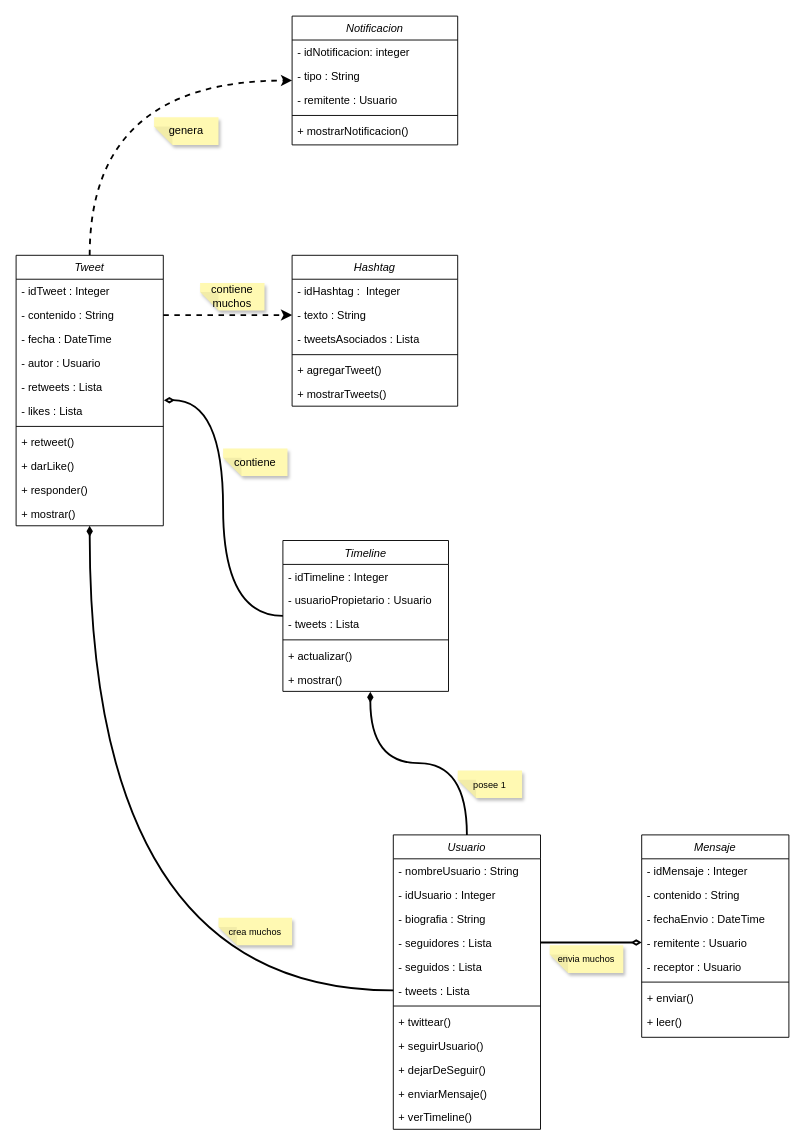
This is Analisis_Twitter/Diagrama sin título.drawio from Zprit3/Diagrams, a draw.io file, before an edit. Source tidied: cells renumbered, new cells numbered last; positions are measured from the earlier drawing's top-left corner, leaving out a move shared by most shapes. Both pictures are drawn from the tidied source at 92%, with x=0, y=0 at pixel (16, 16).
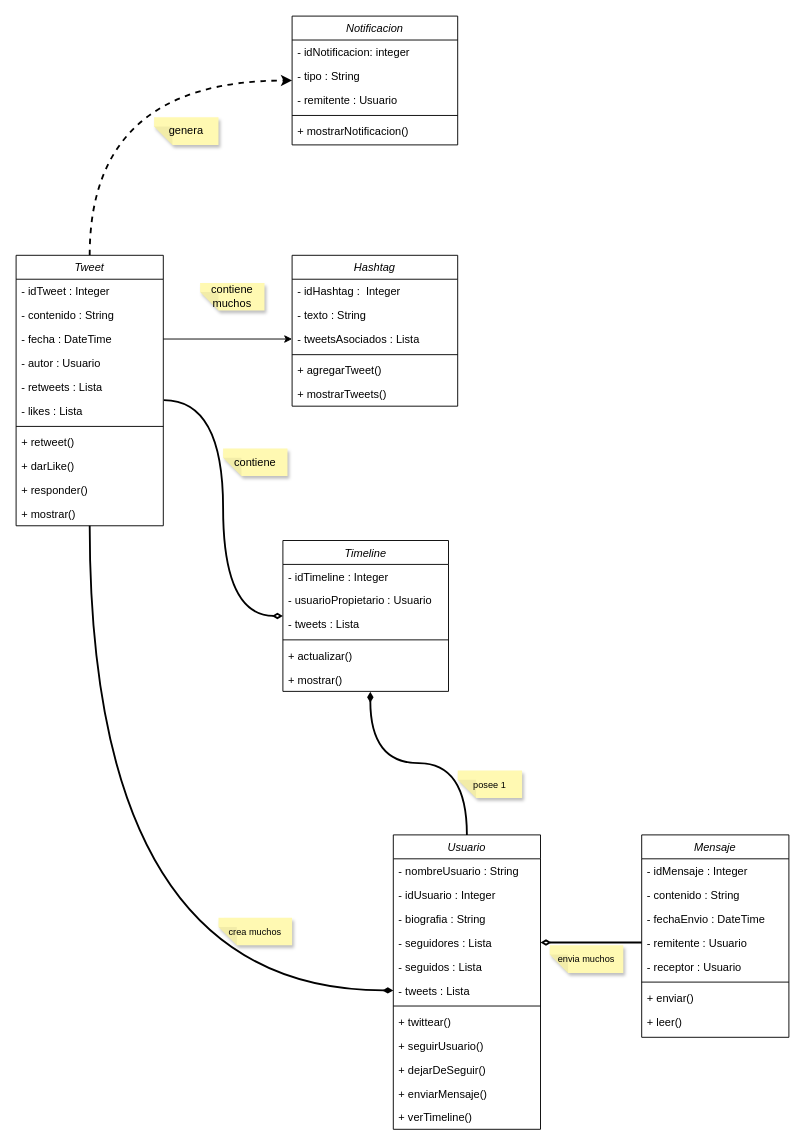
The same diagram, later.

The change refers to these unchanged cells:
```xml
<mxCell id="3" value="Tweet" style="swimlane;fontStyle=2;align=center;verticalAlign=top;horizontal=1;startSize=26;rounded=0;shadow=0;strokeWidth=1;" parent="1" vertex="1">
  <mxGeometry y="260" width="160" height="294" as="geometry" />
</mxCell>
<mxCell id="5" value="- contenido : String" style="text;align=left;verticalAlign=top;spacingLeft=4;spacingRight=4;overflow=hidden;points=[[0,0.5],[1,0.5]];portConstraint=eastwest;rounded=0;shadow=0;html=0;" parent="3" vertex="1">
  <mxGeometry y="52" width="160" height="26" as="geometry" />
</mxCell>
<mxCell id="6" value="- fecha : DateTime" style="text;align=left;verticalAlign=top;spacingLeft=4;spacingRight=4;overflow=hidden;points=[[0,0.5],[1,0.5]];portConstraint=eastwest;rounded=0;shadow=0;html=0;" parent="3" vertex="1">
  <mxGeometry y="78" width="160" height="26" as="geometry" />
</mxCell>
<mxCell id="9" value="- likes : Lista" style="text;align=left;verticalAlign=top;spacingLeft=4;spacingRight=4;overflow=hidden;points=[[0,0.5],[1,0.5]];portConstraint=eastwest;rounded=0;shadow=0;html=0;" parent="3" vertex="1">
  <mxGeometry y="156" width="160" height="26" as="geometry" />
</mxCell>
<mxCell id="20" value="- seguidores : Lista" style="text;align=left;verticalAlign=top;spacingLeft=4;spacingRight=4;overflow=hidden;points=[[0,0.5],[1,0.5]];portConstraint=eastwest;rounded=0;shadow=0;html=0;" parent="16" vertex="1">
  <mxGeometry y="104" width="160" height="26" as="geometry" />
</mxCell>
<mxCell id="22" value="- tweets : Lista" style="text;align=left;verticalAlign=top;spacingLeft=4;spacingRight=4;overflow=hidden;points=[[0,0.5],[1,0.5]];portConstraint=eastwest;rounded=0;shadow=0;html=0;" parent="16" vertex="1">
  <mxGeometry y="156" width="160" height="26" as="geometry" />
</mxCell>
<mxCell id="34" value="- remitente : Usuario" style="text;align=left;verticalAlign=top;spacingLeft=4;spacingRight=4;overflow=hidden;points=[[0,0.5],[1,0.5]];portConstraint=eastwest;rounded=0;shadow=0;html=0;" parent="30" vertex="1">
  <mxGeometry y="104" width="160" height="26" as="geometry" />
</mxCell>
<mxCell id="39" value="Timeline" style="swimlane;fontStyle=2;align=center;verticalAlign=top;horizontal=1;startSize=26;rounded=0;shadow=0;strokeWidth=1;" parent="1" vertex="1">
  <mxGeometry x="290" y="570" width="180" height="164" as="geometry" />
</mxCell>
<mxCell id="55" value="- texto : String" style="text;align=left;verticalAlign=top;spacingLeft=4;spacingRight=4;overflow=hidden;points=[[0,0.5],[1,0.5]];portConstraint=eastwest;rounded=0;shadow=0;html=0;" parent="53" vertex="1">
  <mxGeometry y="52" width="180" height="26" as="geometry" />
</mxCell>
<mxCell id="56" value="- tweetsAsociados : Lista" style="text;align=left;verticalAlign=top;spacingLeft=4;spacingRight=4;overflow=hidden;points=[[0,0.5],[1,0.5]];portConstraint=eastwest;rounded=0;shadow=0;html=0;" parent="53" vertex="1">
  <mxGeometry y="78" width="180" height="26" as="geometry" />
</mxCell>
```

The edit, as a diff of the source:
```diff
@@
-    <mxCell id="29" style="edgeStyle=orthogonalEdgeStyle;rounded=0;jettySize=auto;html=1;exitX=0;exitY=0.5;exitDx=0;exitDy=0;entryX=0.5;entryY=1;entryDx=0;entryDy=0;curved=1;endArrow=diamondThin;endFill=1;strokeWidth=2;" parent="1" edge="1" source="22" target="3">
+    <mxCell id="29" style="edgeStyle=orthogonalEdgeStyle;rounded=0;jettySize=auto;html=1;exitX=0;exitY=0.5;exitDx=0;exitDy=0;entryX=0.5;entryY=1;entryDx=0;entryDy=0;curved=1;endArrow=none;endFill=0;strokeWidth=2;startArrow=diamondThin;startFill=1;" parent="1" edge="1" source="22" target="3">
       <mxGeometry relative="1" as="geometry" />
     </mxCell>
@@
-    <mxCell id="46" style="edgeStyle=orthogonalEdgeStyle;rounded=0;jettySize=auto;html=1;exitX=1;exitY=0.5;exitDx=0;exitDy=0;entryX=0;entryY=0.5;entryDx=0;entryDy=0;endArrow=diamondThin;endFill=0;strokeWidth=2;" parent="1" edge="1" source="20" target="34">
+    <mxCell id="46" style="edgeStyle=orthogonalEdgeStyle;rounded=0;jettySize=auto;html=1;exitX=1;exitY=0.5;exitDx=0;exitDy=0;entryX=0;entryY=0.5;entryDx=0;entryDy=0;endArrow=none;endFill=0;strokeWidth=2;startArrow=diamondThin;startFill=0;" parent="1" edge="1" source="20" target="34">
       <mxGeometry relative="1" as="geometry" />
     </mxCell>
@@
-    <mxCell id="60" style="edgeStyle=orthogonalEdgeStyle;rounded=0;jettySize=auto;html=1;exitX=1;exitY=0.5;exitDx=0;exitDy=0;entryX=0;entryY=0.5;entryDx=0;entryDy=0;dashed=1;strokeWidth=2;" parent="1" edge="1" source="5" target="55">
-      <mxGeometry relative="1" as="geometry" />
-    </mxCell>
@@
-    <mxCell id="66" style="edgeStyle=orthogonalEdgeStyle;rounded=0;jettySize=auto;html=1;exitX=0;exitY=0.5;exitDx=0;exitDy=0;entryX=1.004;entryY=0.057;entryDx=0;entryDy=0;entryPerimeter=0;curved=1;strokeWidth=2;endArrow=diamondThin;endFill=0;" parent="1" edge="1" source="39" target="9">
+    <mxCell id="66" style="edgeStyle=orthogonalEdgeStyle;rounded=0;jettySize=auto;html=1;exitX=0;exitY=0.5;exitDx=0;exitDy=0;entryX=1.004;entryY=0.057;entryDx=0;entryDy=0;entryPerimeter=0;curved=1;strokeWidth=2;endArrow=none;endFill=0;startArrow=diamondThin;startFill=0;" parent="1" edge="1" source="39" target="9">
       <mxGeometry relative="1" as="geometry" />
     </mxCell>
@@
+    <mxCell id="68" style="edgeStyle=orthogonalEdgeStyle;rounded=0;jettySize=auto;html=1;exitX=1;exitY=0.5;exitDx=0;exitDy=0;entryX=0;entryY=0.5;entryDx=0;entryDy=0;" parent="1" edge="1" source="6" target="56">
+      <mxGeometry relative="1" as="geometry" />
+    </mxCell>
```
